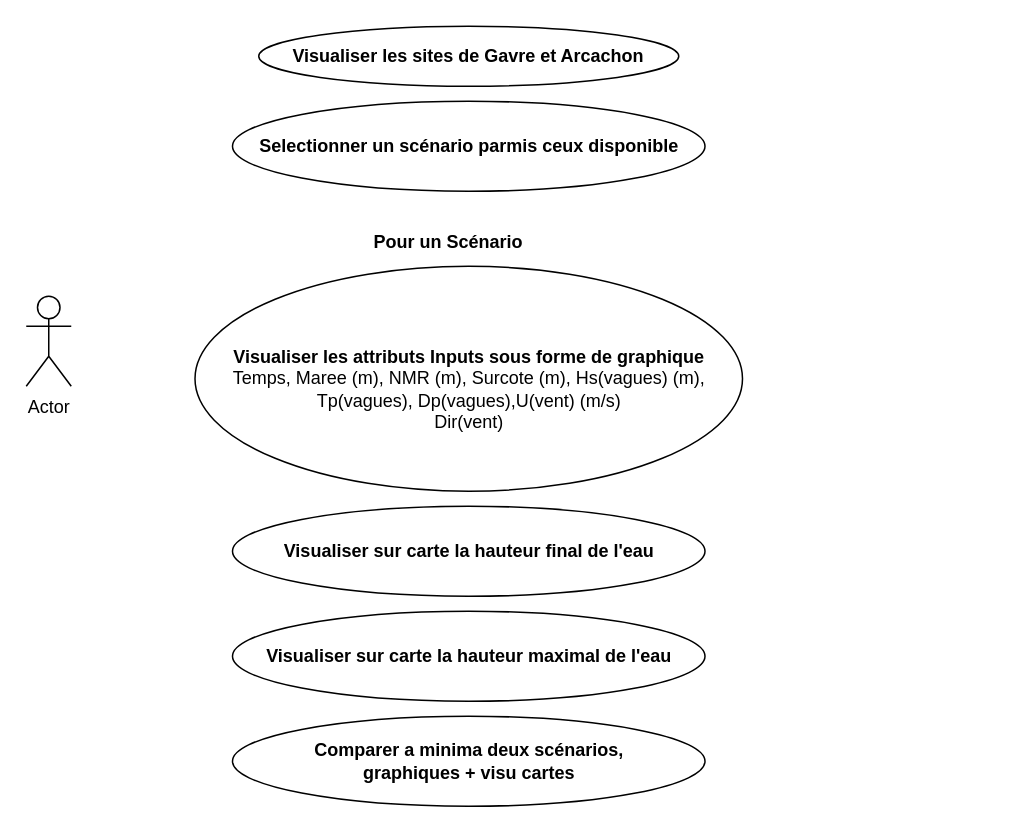
Before: page "user" (1 of 6) of UML_diagrams.drawio in IlonaBaran/oracles, a draw.io diagram. Source tidied: cells renumbered, new cells numbered last; positions are measured from the earlier drawing's top-left corner, leaving out a move shared by most shapes. Both pictures are drawn from the tidied source at 150%, with x=0, y=0 at pixel (26, 26).
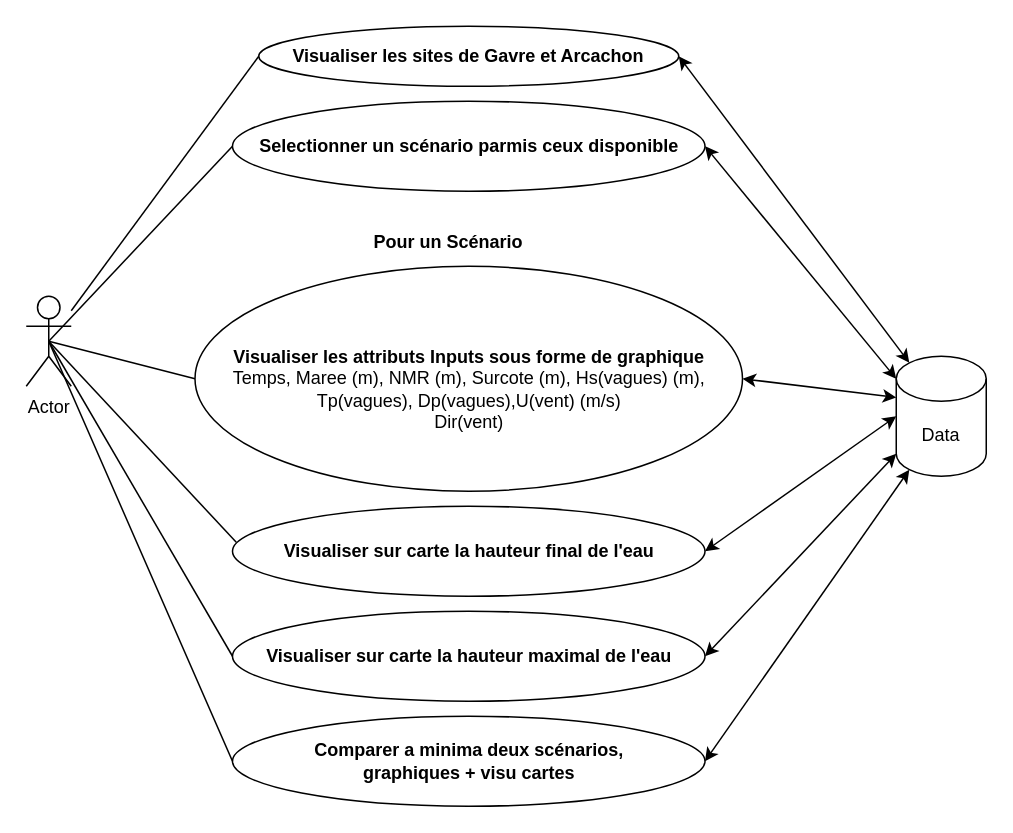
The same page after the edit.

Commit message:
use case lines

Unchanged cells that the change refers to:
```xml
<mxCell id="2" value="Actor" style="shape=umlActor;verticalLabelPosition=bottom;verticalAlign=top;html=1;outlineConnect=0;" parent="1" vertex="1">
  <mxGeometry y="180" width="30" height="60" as="geometry" />
</mxCell>
<mxCell id="3" value="&lt;b&gt;Visualiser les sites de Gavre et Arcachon&lt;/b&gt;" style="ellipse;whiteSpace=wrap;html=1;" parent="1" vertex="1">
  <mxGeometry x="155" width="280" height="40" as="geometry" />
</mxCell>
<mxCell id="4" value="&lt;b&gt;Selectionner un scénario parmis ceux disponible&lt;/b&gt;" style="ellipse;whiteSpace=wrap;html=1;" parent="1" vertex="1">
  <mxGeometry x="137.5" y="50" width="315" height="60" as="geometry" />
</mxCell>
<mxCell id="5" value="&lt;div&gt;&lt;br&gt;&lt;/div&gt;&lt;div&gt;&lt;b&gt;Visualiser les attributs Inputs sous forme de graphique &lt;/b&gt;&lt;br&gt;&lt;/div&gt;&lt;div&gt;Temps, Maree (m), NMR (m), Surcote (m), Hs(vagues) (m), Tp(vagues), Dp(vagues),U(vent) (m/s)&lt;br&gt;Dir(vent)&lt;br&gt;&lt;/div&gt;" style="ellipse;whiteSpace=wrap;html=1;" parent="1" vertex="1">
  <mxGeometry x="112.5" y="160" width="365" height="150" as="geometry" />
</mxCell>
<mxCell id="6" value="&lt;div&gt;&lt;b&gt;Visualiser sur carte la hauteur final de l'eau &lt;/b&gt;&lt;/div&gt;" style="ellipse;whiteSpace=wrap;html=1;" parent="1" vertex="1">
  <mxGeometry x="137.5" y="320" width="315" height="60" as="geometry" />
</mxCell>
<mxCell id="7" value="&lt;div&gt;&lt;b&gt;Visualiser sur carte la hauteur maximal de l'eau &lt;/b&gt;&lt;/div&gt;" style="ellipse;whiteSpace=wrap;html=1;" parent="1" vertex="1">
  <mxGeometry x="137.5" y="390" width="315" height="60" as="geometry" />
</mxCell>
<mxCell id="9" value="&lt;div&gt;&lt;b&gt;Comparer a minima deux scénarios,&lt;/b&gt;&lt;/div&gt;&lt;div&gt;&lt;b&gt;graphiques + visu cartes&lt;br&gt;&lt;/b&gt;&lt;/div&gt;" style="ellipse;whiteSpace=wrap;html=1;" parent="1" vertex="1">
  <mxGeometry x="137.5" y="460" width="315" height="60" as="geometry" />
</mxCell>
```

What changed in the source:
```diff
@@
+    <mxCell id="10" style="endArrow=none;html=1;rounded=0;entryX=0;entryY=0.5;entryDx=0;entryDy=0;" parent="1" edge="1" source="2" target="3">
+      <mxGeometry relative="1" as="geometry" />
+    </mxCell>
+    <mxCell id="11" style="endArrow=none;html=1;rounded=0;entryX=0;entryY=0.5;entryDx=0;entryDy=0;exitX=0.5;exitY=0.5;exitDx=0;exitDy=0;exitPerimeter=0;" parent="1" edge="1" source="2" target="4">
+      <mxGeometry relative="1" as="geometry" />
+    </mxCell>
+    <mxCell id="12" style="endArrow=none;html=1;rounded=0;entryX=0;entryY=0.5;entryDx=0;entryDy=0;exitX=0.5;exitY=0.5;exitDx=0;exitDy=0;exitPerimeter=0;" parent="1" edge="1" source="2" target="5">
+      <mxGeometry relative="1" as="geometry" />
+    </mxCell>
+    <mxCell id="13" style="endArrow=none;html=1;rounded=0;entryX=0.008;entryY=0.4;entryDx=0;entryDy=0;exitX=0.5;exitY=0.5;exitDx=0;exitDy=0;exitPerimeter=0;entryPerimeter=0;" parent="1" edge="1" source="2" target="6">
+      <mxGeometry relative="1" as="geometry" />
+    </mxCell>
+    <mxCell id="14" style="endArrow=none;html=1;rounded=0;entryX=0;entryY=0.5;entryDx=0;entryDy=0;exitX=0.5;exitY=0.5;exitDx=0;exitDy=0;exitPerimeter=0;" parent="1" edge="1" source="2" target="7">
+      <mxGeometry relative="1" as="geometry" />
+    </mxCell>
+    <mxCell id="15" style="endArrow=none;html=1;rounded=0;entryX=0;entryY=0.5;entryDx=0;entryDy=0;exitX=0.5;exitY=0.5;exitDx=0;exitDy=0;exitPerimeter=0;" parent="1" edge="1" source="2" target="9">
+      <mxGeometry relative="1" as="geometry" />
+    </mxCell>
+    <mxCell id="16" value="Data" style="shape=cylinder3;whiteSpace=wrap;html=1;boundedLbl=1;backgroundOutline=1;size=15;" parent="1" vertex="1">
+      <mxGeometry x="580" y="220" width="60" height="80" as="geometry" />
+    </mxCell>
+    <mxCell id="17" style="endArrow=classic;startArrow=classic;html=1;rounded=0;entryX=1;entryY=0.5;entryDx=0;entryDy=0;exitX=0.145;exitY=0;exitDx=0;exitDy=4.35;exitPerimeter=0;" parent="1" edge="1" source="16" target="3">
+      <mxGeometry relative="1" as="geometry" />
+    </mxCell>
+    <mxCell id="18" style="endArrow=classic;startArrow=classic;html=1;rounded=0;entryX=1;entryY=0.5;entryDx=0;entryDy=0;exitX=0;exitY=0;exitDx=0;exitDy=15;exitPerimeter=0;" parent="1" edge="1" source="16" target="4">
+      <mxGeometry relative="1" as="geometry" />
+    </mxCell>
+    <mxCell id="19" style="endArrow=classic;startArrow=classic;html=1;rounded=0;entryX=1;entryY=0.5;entryDx=0;entryDy=0;exitX=0;exitY=0;exitDx=0;exitDy=27.5;exitPerimeter=0;" parent="1" edge="1" source="16" target="5">
+      <mxGeometry relative="1" as="geometry" />
+    </mxCell>
+    <mxCell id="20" style="endArrow=classic;startArrow=classic;html=1;rounded=0;entryX=1;entryY=0.5;entryDx=0;entryDy=0;exitX=0;exitY=0.5;exitDx=0;exitDy=0;exitPerimeter=0;" parent="1" edge="1" source="16" target="6">
+      <mxGeometry relative="1" as="geometry" />
+    </mxCell>
+    <mxCell id="21" style="endArrow=classic;startArrow=classic;html=1;rounded=0;entryX=0;entryY=1;entryDx=0;entryDy=-15;entryPerimeter=0;exitX=1;exitY=0.5;exitDx=0;exitDy=0;" parent="1" edge="1" source="7" target="16">
+      <mxGeometry relative="1" as="geometry" />
+    </mxCell>
+    <mxCell id="22" style="endArrow=classic;startArrow=classic;html=1;rounded=0;entryX=0.145;entryY=1;entryDx=0;entryDy=-4.35;entryPerimeter=0;exitX=1;exitY=0.5;exitDx=0;exitDy=0;" parent="1" edge="1" source="9" target="16">
+      <mxGeometry relative="1" as="geometry" />
+    </mxCell>
```
